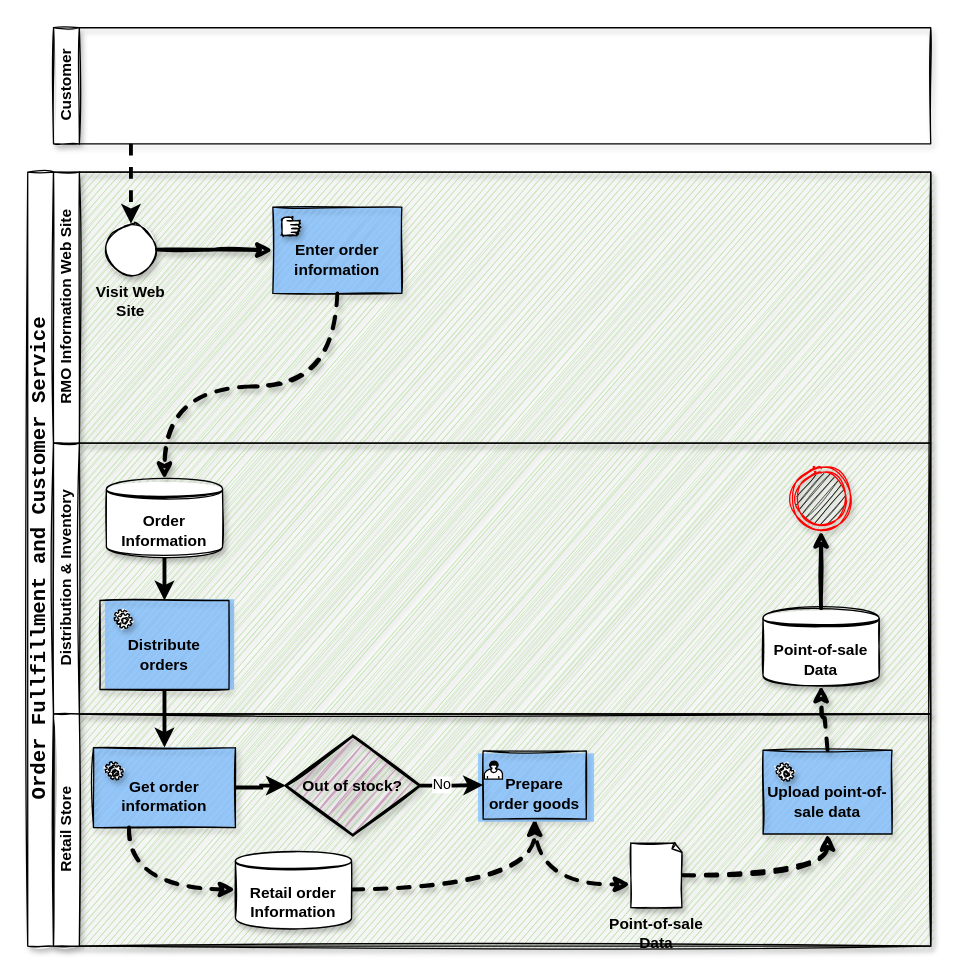
Above: BPR_TO_BE_Swimlane_diagram.drawio in YuanchenZhu2020/DrawIO (draw.io), before the change. Source tidied: cells renumbered, new cells numbered last; positions are measured from the earlier drawing's top-left corner, leaving out a move shared by most shapes. Both pictures are drawn from the tidied source at 129%, with x=0, y=0 at pixel (27, 27).
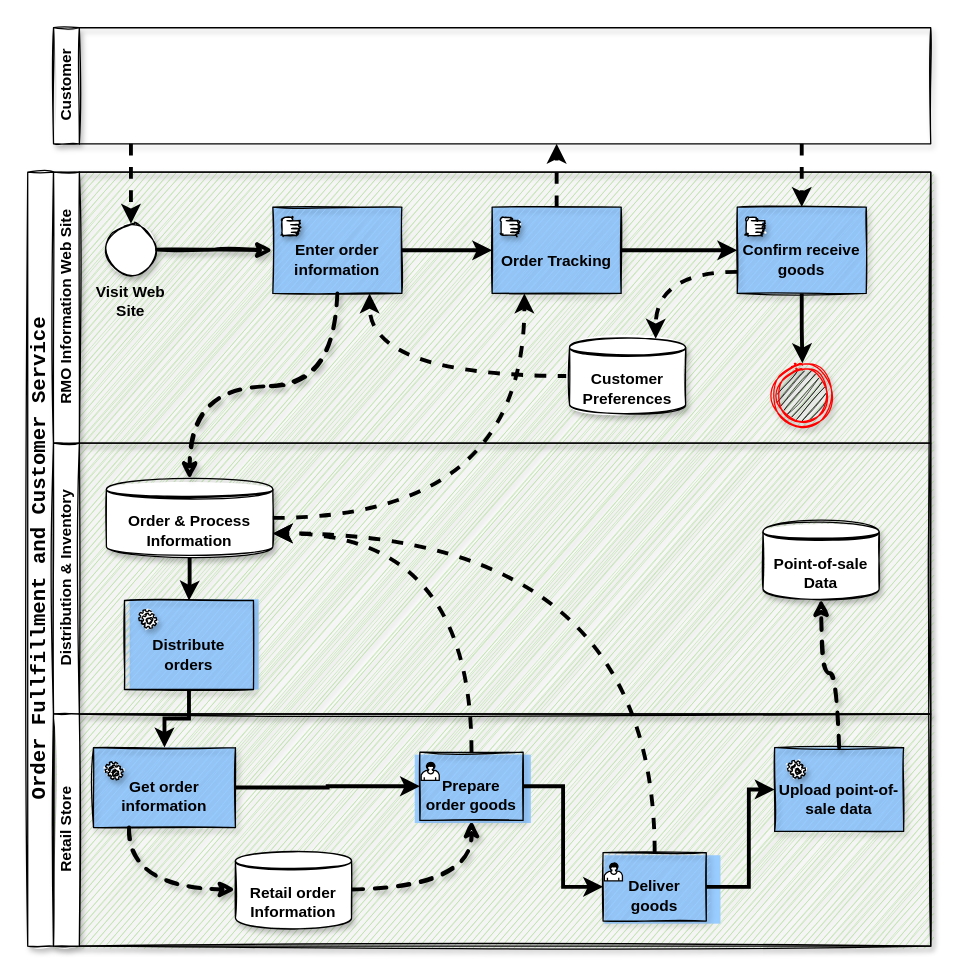
Above is the later version.

The change refers to these unchanged cells:
```xml
<mxCell id="2" value="&lt;div style=&quot;font-family: &amp;#34;consolas&amp;#34; , &amp;#34;courier new&amp;#34; , monospace ; font-weight: normal ; line-height: 27px&quot;&gt;&lt;span style=&quot;font-weight: bold&quot;&gt;&lt;font style=&quot;font-size: 16px&quot;&gt;Order&amp;nbsp;Fullfillment&amp;nbsp;and&amp;nbsp;Customer&amp;nbsp;Service&lt;/font&gt;&lt;/span&gt;&lt;/div&gt;" style="swimlane;html=1;horizontal=0;startSize=20;shadow=1;sketch=1;swimlaneFillColor=#B9E0A5;rounded=0;glass=0;" parent="1" vertex="1">
  <mxGeometry y="112" width="700" height="600" as="geometry" />
</mxCell>
<mxCell id="3" value="RMO Information Web Site" style="swimlane;html=1;startSize=20;horizontal=0;shadow=1;sketch=1;" parent="2" vertex="1">
  <mxGeometry x="20" width="680" height="210" as="geometry" />
</mxCell>
<mxCell id="6" value="&lt;b&gt;&lt;br&gt;Enter order information&lt;/b&gt;" style="rounded=0;whiteSpace=wrap;html=1;shadow=1;glass=0;sketch=1;fillColor=#99CCFF;" parent="5" vertex="1">
  <mxGeometry width="100" height="67" as="geometry" />
</mxCell>
<mxCell id="11" value="Distribution &amp;amp; Inventory" style="swimlane;html=1;startSize=20;horizontal=0;shadow=1;sketch=1;" parent="2" vertex="1">
  <mxGeometry x="20" y="210" width="680" height="210" as="geometry" />
</mxCell>
<mxCell id="22" value="Retail Store" style="swimlane;html=1;startSize=20;horizontal=0;shadow=1;sketch=1;" parent="2" vertex="1">
  <mxGeometry x="20" y="420" width="680" height="180" as="geometry" />
</mxCell>
<mxCell id="24" value="&lt;b&gt;&lt;br&gt;Get order information&lt;/b&gt;" style="rounded=0;whiteSpace=wrap;html=1;shadow=1;glass=0;sketch=1;fillColor=#99CCFF;" parent="23" vertex="1">
  <mxGeometry width="110" height="62" as="geometry" />
</mxCell>
<mxCell id="31" value="&lt;b&gt;&lt;br&gt;Prepare order goods&lt;br&gt;&lt;/b&gt;" style="rounded=0;whiteSpace=wrap;html=1;shadow=1;glass=0;sketch=1;fillColor=#99CCFF;" parent="30" vertex="1">
  <mxGeometry x="4" y="-2" width="80" height="53" as="geometry" />
</mxCell>
<mxCell id="36" value="&lt;b&gt;&lt;br&gt;Upload point-of-sale data&lt;/b&gt;" style="rounded=0;whiteSpace=wrap;html=1;shadow=1;glass=0;sketch=1;fillColor=#99CCFF;" parent="35" vertex="1">
  <mxGeometry width="100" height="65" as="geometry" />
</mxCell>
<mxCell id="51" value="Customer" style="swimlane;html=1;startSize=20;horizontal=0;shadow=1;sketch=1;" parent="1" vertex="1">
  <mxGeometry x="20" width="680" height="90" as="geometry" />
</mxCell>
```

Change to the diagram source:
```diff
@@
+    <mxCell id="52" style="group;fillColor=#99CCFF;" parent="3" vertex="1">
+      <mxGeometry x="340" y="27" width="100" height="67" as="geometry" />
+    </mxCell>
+    <mxCell id="53" value="&lt;b&gt;&lt;br&gt;Order Tracking&lt;br&gt;&lt;/b&gt;" style="rounded=0;whiteSpace=wrap;html=1;shadow=1;glass=0;sketch=1;fillColor=#99CCFF;" parent="52" vertex="1">
+      <mxGeometry width="100" height="67" as="geometry" />
+    </mxCell>
+    <mxCell id="54" style="shape=mxgraph.bpmn.manual_task;html=1;rounded=0;shadow=1;glass=0;sketch=1;" parent="52" vertex="1">
+      <mxGeometry x="7" y="8" width="14" height="14" as="geometry" />
+    </mxCell>
+    <mxCell id="55" style="edgeStyle=orthogonalEdgeStyle;rounded=0;jettySize=auto;html=1;entryX=0;entryY=0.5;entryDx=0;entryDy=0;strokeWidth=3;" parent="3" edge="1" source="6" target="53">
+      <mxGeometry relative="1" as="geometry" />
+    </mxCell>
+    <mxCell id="56" style="group;fillColor=#99CCFF;" parent="3" vertex="1">
+      <mxGeometry x="530" y="27" width="100" height="67" as="geometry" />
+    </mxCell>
+    <mxCell id="57" value="&lt;b&gt;&lt;br&gt;Confirm receive goods&lt;br&gt;&lt;/b&gt;" style="rounded=0;whiteSpace=wrap;html=1;shadow=1;glass=0;sketch=1;fillColor=#99CCFF;" parent="56" vertex="1">
+      <mxGeometry width="100" height="67" as="geometry" />
+    </mxCell>
+    <mxCell id="58" style="shape=mxgraph.bpmn.manual_task;html=1;rounded=0;shadow=1;glass=0;sketch=1;" parent="56" vertex="1">
+      <mxGeometry x="7" y="8" width="14" height="14" as="geometry" />
+    </mxCell>
+    <mxCell id="59" style="edgeStyle=orthogonalEdgeStyle;jettySize=auto;html=1;entryX=0;entryY=0.5;entryDx=0;entryDy=0;strokeWidth=3;rounded=0;" parent="3" edge="1" source="53" target="57">
+      <mxGeometry relative="1" as="geometry" />
+    </mxCell>
+    <mxCell id="14" style="ellipse;html=1;shape=endState;fillColor=#000000;strokeColor=#ff0000;rounded=0;shadow=1;glass=0;sketch=1;" parent="3" vertex="1">
+      <mxGeometry x="556" y="148" width="49" height="50" as="geometry" />
+    </mxCell>
+    <mxCell id="60" style="edgeStyle=orthogonalEdgeStyle;rounded=0;jettySize=auto;html=1;entryX=0.5;entryY=0;entryDx=0;entryDy=0;strokeWidth=3;" parent="3" edge="1" source="57" target="14">
+      <mxGeometry relative="1" as="geometry" />
+    </mxCell>
+    <mxCell id="61" style="edgeStyle=orthogonalEdgeStyle;curved=1;jettySize=auto;html=1;entryX=0.75;entryY=1;entryDx=0;entryDy=0;dashed=1;strokeWidth=3;" parent="3" edge="1" source="62" target="6">
+      <mxGeometry relative="1" as="geometry" />
+    </mxCell>
+    <mxCell id="62" value="&lt;b&gt;Customer Preferences&lt;/b&gt;" style="shape=datastore;whiteSpace=wrap;html=1;rounded=0;shadow=1;glass=0;sketch=1;" parent="3" vertex="1">
+      <mxGeometry x="400" y="128" width="90" height="60" as="geometry" />
+    </mxCell>
+    <mxCell id="63" style="edgeStyle=orthogonalEdgeStyle;jettySize=auto;html=1;exitX=0;exitY=0.75;exitDx=0;exitDy=0;entryX=0.742;entryY=0.017;entryDx=0;entryDy=0;entryPerimeter=0;dashed=1;strokeWidth=3;curved=1;" parent="3" edge="1" source="57" target="62">
+      <mxGeometry relative="1" as="geometry" />
+    </mxCell>
@@
-    <mxCell id="12" style="edgeStyle=orthogonalEdgeStyle;sketch=1;jettySize=auto;html=1;shadow=1;strokeWidth=3;rounded=0;" parent="11" edge="1" source="13" target="14">
-      <mxGeometry relative="1" as="geometry" />
-    </mxCell>
     <mxCell id="13" value="&lt;b&gt;Point-of-sale Data&lt;/b&gt;" style="shape=datastore;whiteSpace=wrap;html=1;rounded=0;shadow=1;glass=0;sketch=1;" parent="11" vertex="1">
-      <mxGeometry x="550" y="128" width="90" height="60" as="geometry" />
+      <mxGeometry x="550" y="61" width="90" height="60" as="geometry" />
     </mxCell>
-    <mxCell id="14" style="ellipse;html=1;shape=endState;fillColor=#000000;strokeColor=#ff0000;rounded=0;shadow=1;glass=0;sketch=1;" parent="11" vertex="1">
-      <mxGeometry x="570.5" y="18" width="49" height="50" as="geometry" />
-    </mxCell>
@@
-    <mxCell id="16" value="&lt;b&gt;Order Information&lt;/b&gt;" style="shape=datastore;whiteSpace=wrap;html=1;rounded=0;shadow=1;glass=0;sketch=1;" parent="11" vertex="1">
-      <mxGeometry x="41" y="28" width="90" height="60" as="geometry" />
+    <mxCell id="16" value="&lt;b&gt;Order &amp;amp; Process Information&lt;/b&gt;" style="shape=datastore;whiteSpace=wrap;html=1;rounded=0;shadow=1;glass=0;sketch=1;" parent="11" vertex="1">
+      <mxGeometry x="41" y="28" width="129" height="60" as="geometry" />
     </mxCell>
     <mxCell id="17" style="group;fillColor=#99CCFF;" parent="11" vertex="1">
-      <mxGeometry x="40" y="121" width="100" height="70" as="geometry" />
+      <mxGeometry x="59" y="121" width="100" height="70" as="geometry" />
     </mxCell>
@@
-    <mxCell id="27" style="edgeStyle=orthogonalEdgeStyle;sketch=1;jettySize=auto;html=1;entryX=-0.009;entryY=0.64;entryDx=0;entryDy=0;entryPerimeter=0;shadow=1;strokeWidth=3;curved=1;dashed=1;exitX=0.5;exitY=1;exitDx=0;exitDy=0;" parent="22" edge="1" source="31" target="45">
-      <mxGeometry relative="1" as="geometry" />
-    </mxCell>
@@
     <mxCell id="29" style="group;fillColor=#99CCFF;" parent="22" vertex="1">
-      <mxGeometry x="329" y="30.5" width="90" height="53" as="geometry" />
+      <mxGeometry x="280" y="31.5" width="90" height="53" as="geometry" />
     </mxCell>
@@
     <mxCell id="33" style="group;" parent="22" vertex="1">
-      <mxGeometry x="550" y="35" width="100" height="65" as="geometry" />
+      <mxGeometry x="559" y="33" width="100" height="65" as="geometry" />
     </mxCell>
@@
-    <mxCell id="38" style="edgeStyle=orthogonalEdgeStyle;sketch=1;jettySize=auto;html=1;entryX=0.5;entryY=1;entryDx=0;entryDy=0;shadow=1;strokeWidth=3;curved=1;dashed=1;" parent="22" edge="1" source="45" target="36">
-      <mxGeometry relative="1" as="geometry" />
-    </mxCell>
@@
-    <mxCell id="40" style="edgeStyle=orthogonalEdgeStyle;rounded=0;jettySize=auto;html=1;entryX=0;entryY=0.5;entryDx=0;entryDy=0;strokeWidth=3;" parent="22" edge="1" source="42" target="31">
-      <mxGeometry relative="1" as="geometry" />
-    </mxCell>
-    <mxCell id="41" value="No" style="edgeLabel;html=1;align=center;verticalAlign=middle;" parent="40" vertex="1">
-      <mxGeometry x="-0.35" y="2" relative="1" as="geometry">
-        <mxPoint y="1" as="offset" />
-      </mxGeometry>
-    </mxCell>
-    <mxCell id="42" value="&lt;b&gt;Out of stock?&lt;/b&gt;" style="strokeWidth=2;html=1;shape=mxgraph.flowchart.decision;whiteSpace=wrap;shadow=1;sketch=1;fillColor=#CDA2BE;" parent="22" vertex="1">
-      <mxGeometry x="180" y="17" width="104" height="77" as="geometry" />
-    </mxCell>
-    <mxCell id="43" style="edgeStyle=orthogonalEdgeStyle;rounded=0;jettySize=auto;html=1;entryX=0;entryY=0.5;entryDx=0;entryDy=0;entryPerimeter=0;strokeWidth=3;" parent="22" edge="1" source="24" target="42">
+    <mxCell id="43" style="edgeStyle=orthogonalEdgeStyle;rounded=0;jettySize=auto;html=1;entryX=0;entryY=0.5;entryDx=0;entryDy=0;strokeWidth=3;" parent="22" edge="1" source="24" target="31">
       <mxGeometry relative="1" as="geometry" />
     </mxCell>
-    <mxCell id="44" style="group;" parent="22" vertex="1">
-      <mxGeometry x="430" y="100" width="75" height="80" as="geometry" />
-    </mxCell>
-    <mxCell id="45" style="whiteSpace=wrap;html=1;shape=mxgraph.basic.document;rounded=0;shadow=1;glass=0;sketch=1;" parent="44" vertex="1">
-      <mxGeometry x="17.5" width="40" height="50" as="geometry" />
-    </mxCell>
-    <mxCell id="46" value="&lt;b&gt;Point-of-sale Data&lt;br&gt;&lt;/b&gt;" style="text;html=1;strokeColor=none;fillColor=none;align=center;verticalAlign=middle;whiteSpace=wrap;rounded=0;shadow=1;glass=0;" parent="44" vertex="1">
-      <mxGeometry y="60" width="75" height="20" as="geometry" />
-    </mxCell>
+    <mxCell id="64" style="group;fillColor=#99CCFF;" parent="22" vertex="1">
+      <mxGeometry x="427" y="109.5" width="90" height="53" as="geometry" />
+    </mxCell>
+    <mxCell id="65" style="group;" parent="64" vertex="1">
+      <mxGeometry x="-5" width="90" height="53" as="geometry" />
+    </mxCell>
+    <mxCell id="66" value="&lt;b&gt;&lt;br&gt;Deliver goods&lt;br&gt;&lt;/b&gt;" style="rounded=0;whiteSpace=wrap;html=1;shadow=1;glass=0;sketch=1;fillColor=#99CCFF;" parent="65" vertex="1">
+      <mxGeometry x="4" y="-2" width="80" height="53" as="geometry" />
+    </mxCell>
+    <mxCell id="67" style="shape=mxgraph.bpmn.user_task;html=1;" parent="65" vertex="1">
+      <mxGeometry x="5" y="5.9" width="14" height="14" as="geometry" />
+    </mxCell>
+    <mxCell id="68" style="edgeStyle=orthogonalEdgeStyle;rounded=0;jettySize=auto;html=1;entryX=0;entryY=0.5;entryDx=0;entryDy=0;strokeWidth=3;" parent="22" edge="1" source="31" target="66">
+      <mxGeometry relative="1" as="geometry" />
+    </mxCell>
+    <mxCell id="69" style="edgeStyle=orthogonalEdgeStyle;rounded=0;jettySize=auto;html=1;entryX=0;entryY=0.5;entryDx=0;entryDy=0;strokeWidth=3;" parent="22" edge="1" source="66" target="36">
+      <mxGeometry relative="1" as="geometry">
+        <Array as="points">
+          <mxPoint x="539" y="134" />
+          <mxPoint x="539" y="59" />
+        </Array>
+      </mxGeometry>
+    </mxCell>
@@
+    <mxCell id="70" style="edgeStyle=orthogonalEdgeStyle;jettySize=auto;html=1;entryX=0.25;entryY=1;entryDx=0;entryDy=0;dashed=1;strokeWidth=3;curved=1;" parent="2" edge="1" source="16" target="53">
+      <mxGeometry relative="1" as="geometry" />
+    </mxCell>
+    <mxCell id="71" style="edgeStyle=orthogonalEdgeStyle;curved=1;jettySize=auto;html=1;entryX=1;entryY=0.7;entryDx=0;entryDy=0;dashed=1;strokeWidth=3;exitX=0.5;exitY=0;exitDx=0;exitDy=0;" parent="2" edge="1" source="31" target="16">
+      <mxGeometry relative="1" as="geometry" />
+    </mxCell>
+    <mxCell id="72" style="edgeStyle=orthogonalEdgeStyle;curved=1;jettySize=auto;html=1;entryX=1;entryY=0.7;entryDx=0;entryDy=0;dashed=1;strokeWidth=3;exitX=0.5;exitY=0;exitDx=0;exitDy=0;" parent="2" edge="1" source="66" target="16">
+      <mxGeometry relative="1" as="geometry" />
+    </mxCell>
@@
+    <mxCell id="73" style="edgeStyle=orthogonalEdgeStyle;rounded=0;jettySize=auto;html=1;entryX=0.5;entryY=0;entryDx=0;entryDy=0;strokeWidth=3;dashed=1;" parent="1" edge="1" source="51" target="57">
+      <mxGeometry relative="1" as="geometry">
+        <Array as="points">
+          <mxPoint x="600" y="100" />
+          <mxPoint x="600" y="100" />
+        </Array>
+      </mxGeometry>
+    </mxCell>
@@
+    <mxCell id="74" style="edgeStyle=orthogonalEdgeStyle;rounded=0;jettySize=auto;html=1;strokeWidth=3;dashed=1;" parent="1" edge="1" source="53">
+      <mxGeometry relative="1" as="geometry">
+        <mxPoint x="410" y="90" as="targetPoint" />
+      </mxGeometry>
+    </mxCell>
```
